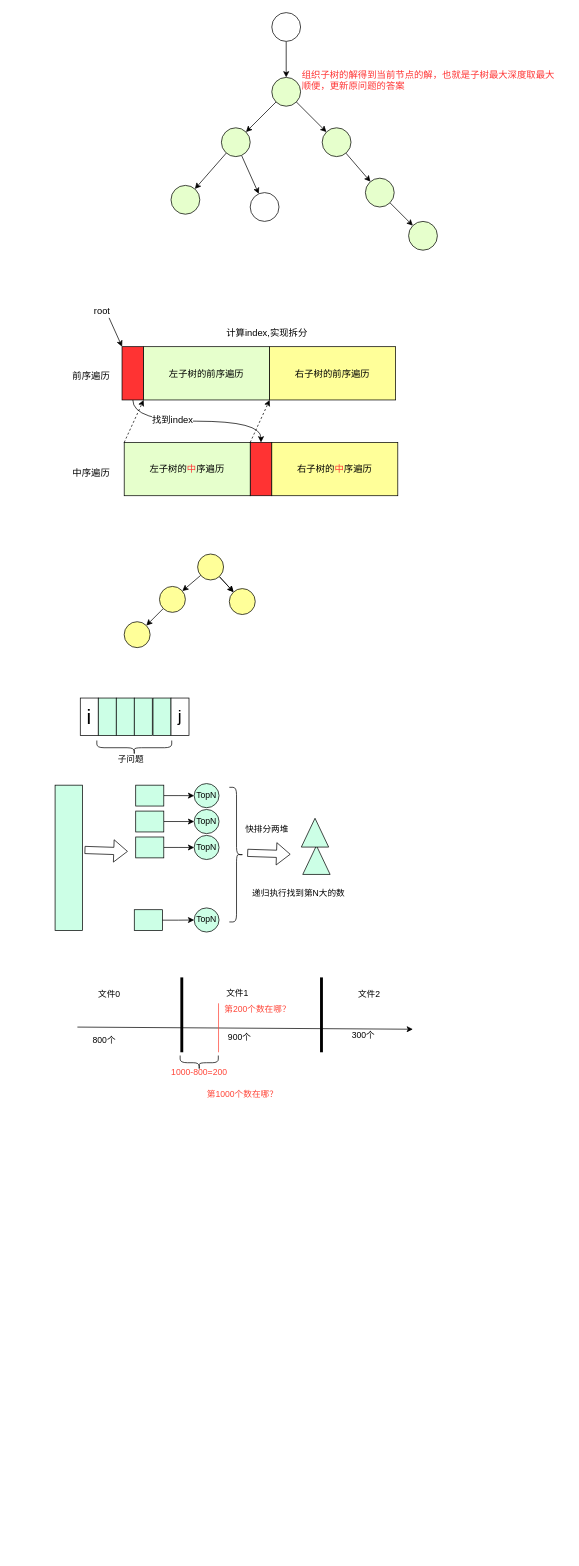
Before: page "算法" (6 of 8) of docs/algorithm/算法.drawio in luckywind/TechWorld, a draw.io diagram. Source tidied: cells renumbered, new cells numbered last; positions are measured from the earlier drawing's top-left corner, leaving out a move shared by most shapes. Both pictures are drawn from the tidied source at 72%, with x=0, y=0 at pixel (55, 12).
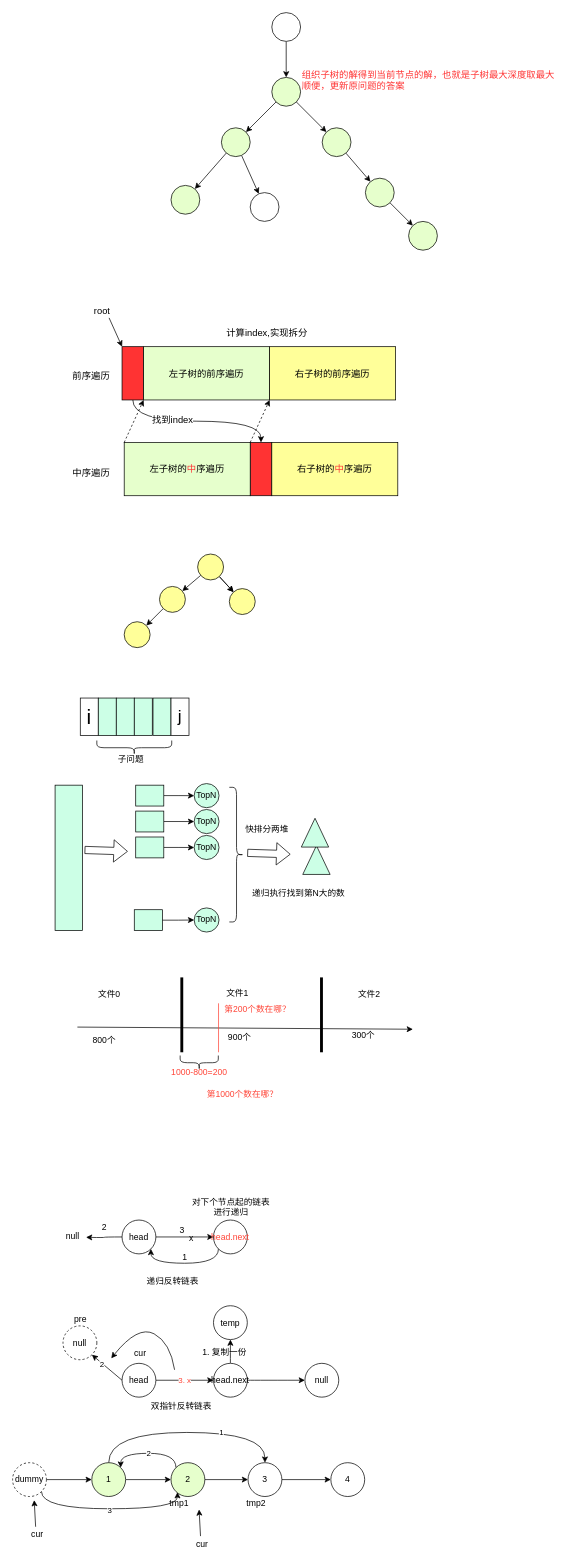
After the change.

Diff of the diagram source:
```diff
@@
+    <mxCell id="83" style="edgeStyle=orthogonalEdgeStyle;rounded=0;jettySize=auto;html=1;strokeColor=#000000;fontColor=#FF4538;" parent="1" edge="1" source="85" target="87">
+      <mxGeometry relative="1" as="geometry" />
+    </mxCell>
+    <mxCell id="84" style="edgeStyle=orthogonalEdgeStyle;curved=1;rounded=0;jettySize=auto;html=1;exitX=0;exitY=0.5;exitDx=0;exitDy=0;strokeColor=#000000;fontColor=#000000;" parent="1" edge="1" source="85">
+      <mxGeometry relative="1" as="geometry">
+        <mxPoint x="43" y="1701" as="targetPoint" />
+      </mxGeometry>
+    </mxCell>
+    <mxCell id="85" value="&lt;font color=&quot;#000000&quot;&gt;head&lt;/font&gt;" style="ellipse;whiteSpace=wrap;html=1;fontColor=#FF4538;fillColor=#FFFFFF;" parent="1" vertex="1">
+      <mxGeometry x="93" y="1677" width="47" height="47" as="geometry" />
+    </mxCell>
+    <mxCell id="86" style="edgeStyle=orthogonalEdgeStyle;rounded=0;jettySize=auto;html=1;exitX=0;exitY=1;exitDx=0;exitDy=0;entryX=1;entryY=1;entryDx=0;entryDy=0;strokeColor=#000000;fontColor=#000000;curved=1;" parent="1" edge="1" source="87" target="85">
+      <mxGeometry relative="1" as="geometry">
+        <Array as="points">
+          <mxPoint x="227" y="1737" />
+          <mxPoint x="133" y="1737" />
+        </Array>
+      </mxGeometry>
+    </mxCell>
+    <mxCell id="87" value="head.next" style="ellipse;whiteSpace=wrap;html=1;fontColor=#FF4538;fillColor=#FFFFFF;" parent="1" vertex="1">
+      <mxGeometry x="220" y="1677" width="47" height="47" as="geometry" />
+    </mxCell>
+    <mxCell id="88" value="1" style="text;html=1;align=center;verticalAlign=middle;strokeColor=none;fillColor=none;fontColor=#000000;" parent="1" vertex="1">
+      <mxGeometry x="167" y="1716" width="25" height="26" as="geometry" />
+    </mxCell>
+    <mxCell id="89" value="null" style="text;html=1;align=center;verticalAlign=middle;strokeColor=none;fillColor=none;fontColor=#000000;" parent="1" vertex="1">
+      <mxGeometry x="5" y="1687" width="37" height="26" as="geometry" />
+    </mxCell>
+    <mxCell id="90" value="2" style="text;html=1;align=center;verticalAlign=middle;strokeColor=none;fillColor=none;fontColor=#000000;" parent="1" vertex="1">
+      <mxGeometry x="55" y="1675" width="25" height="26" as="geometry" />
+    </mxCell>
+    <mxCell id="91" value="3" style="text;html=1;align=center;verticalAlign=middle;strokeColor=none;fillColor=none;fontColor=#000000;" parent="1" vertex="1">
+      <mxGeometry x="163" y="1679" width="25" height="26" as="geometry" />
+    </mxCell>
+    <mxCell id="92" value="x" style="text;html=1;align=center;verticalAlign=middle;strokeColor=none;fillColor=none;fontColor=#000000;" parent="1" vertex="1">
+      <mxGeometry x="177" y="1690" width="24" height="26" as="geometry" />
+    </mxCell>
+    <mxCell id="93" value="对下个节点起的链表&lt;br&gt;进行递归" style="text;html=1;align=center;verticalAlign=middle;strokeColor=none;fillColor=none;fontColor=#000000;" parent="1" vertex="1">
+      <mxGeometry x="181" y="1638" width="126" height="41" as="geometry" />
+    </mxCell>
+    <mxCell id="94" value="递归反转链表" style="text;html=1;align=center;verticalAlign=middle;strokeColor=none;fillColor=none;fontColor=#000000;" parent="1" vertex="1">
+      <mxGeometry x="118" y="1749" width="90" height="26" as="geometry" />
+    </mxCell>
+    <mxCell id="95" value="3. x" style="edgeStyle=orthogonalEdgeStyle;rounded=0;jettySize=auto;html=1;strokeColor=#000000;fontColor=#FF4538;" parent="1" edge="1" source="98" target="101">
+      <mxGeometry relative="1" as="geometry" />
+    </mxCell>
+    <mxCell id="96" style="rounded=0;jettySize=auto;html=1;exitX=0;exitY=0.5;exitDx=0;exitDy=0;entryX=1;entryY=1;entryDx=0;entryDy=0;strokeColor=#000000;fontColor=#000000;" parent="1" edge="1" source="98" target="103">
+      <mxGeometry relative="1" as="geometry" />
+    </mxCell>
+    <mxCell id="97" value="2" style="edgeLabel;html=1;align=center;verticalAlign=middle;fontColor=#000000;" parent="96" vertex="1">
+      <mxGeometry x="0.34" y="2" relative="1" as="geometry">
+        <mxPoint x="1" as="offset" />
+      </mxGeometry>
+    </mxCell>
+    <mxCell id="98" value="&lt;font color=&quot;#000000&quot;&gt;head&lt;/font&gt;" style="ellipse;whiteSpace=wrap;html=1;fontColor=#FF4538;fillColor=#FFFFFF;" parent="1" vertex="1">
+      <mxGeometry x="93" y="1876" width="47" height="47" as="geometry" />
+    </mxCell>
+    <mxCell id="99" style="edgeStyle=orthogonalEdgeStyle;curved=1;rounded=0;jettySize=auto;html=1;strokeColor=#000000;fontColor=#000000;" parent="1" edge="1" source="101" target="102">
+      <mxGeometry relative="1" as="geometry" />
+    </mxCell>
+    <mxCell id="100" style="edgeStyle=orthogonalEdgeStyle;curved=1;rounded=0;jettySize=auto;html=1;exitX=0.5;exitY=0;exitDx=0;exitDy=0;entryX=0.5;entryY=1;entryDx=0;entryDy=0;strokeColor=#000000;fontColor=#000000;" parent="1" edge="1" source="101" target="106">
+      <mxGeometry relative="1" as="geometry" />
+    </mxCell>
+    <mxCell id="101" value="&lt;font color=&quot;#000000&quot;&gt;head.next&lt;/font&gt;" style="ellipse;whiteSpace=wrap;html=1;fontColor=#FF4538;fillColor=#FFFFFF;" parent="1" vertex="1">
+      <mxGeometry x="220" y="1876" width="47" height="47" as="geometry" />
+    </mxCell>
+    <mxCell id="102" value="&lt;font color=&quot;#000000&quot;&gt;null&lt;/font&gt;" style="ellipse;whiteSpace=wrap;html=1;fontColor=#FF4538;fillColor=#FFFFFF;" parent="1" vertex="1">
+      <mxGeometry x="347" y="1876" width="47" height="47" as="geometry" />
+    </mxCell>
+    <mxCell id="103" value="&lt;font color=&quot;#000000&quot;&gt;null&lt;/font&gt;" style="ellipse;whiteSpace=wrap;html=1;fontColor=#FF4538;fillColor=#FFFFFF;dashed=1;" parent="1" vertex="1">
+      <mxGeometry x="11" y="1824" width="47" height="47" as="geometry" />
+    </mxCell>
+    <mxCell id="104" value="pre" style="text;html=1;align=center;verticalAlign=middle;strokeColor=none;fillColor=none;fontColor=#000000;" parent="1" vertex="1">
+      <mxGeometry x="17" y="1802" width="35" height="26" as="geometry" />
+    </mxCell>
+    <mxCell id="105" value="cur" style="text;html=1;align=center;verticalAlign=middle;strokeColor=none;fillColor=none;fontColor=#000000;" parent="1" vertex="1">
+      <mxGeometry x="100" y="1850" width="35" height="26" as="geometry" />
+    </mxCell>
+    <mxCell id="106" value="&lt;font color=&quot;#000000&quot;&gt;temp&lt;/font&gt;" style="ellipse;whiteSpace=wrap;html=1;fontColor=#FF4538;fillColor=#FFFFFF;" parent="1" vertex="1">
+      <mxGeometry x="220" y="1796" width="47" height="47" as="geometry" />
+    </mxCell>
+    <mxCell id="107" value="1. 复制一份" style="text;html=1;align=center;verticalAlign=middle;strokeColor=none;fillColor=none;fontColor=#000000;" parent="1" vertex="1">
+      <mxGeometry x="195" y="1848" width="79" height="26" as="geometry" />
+    </mxCell>
+    <mxCell id="108" style="curved=1;endArrow=classic;html=1;rounded=0;strokeColor=#000000;fontColor=#000000;" parent="1" edge="1">
+      <mxGeometry relative="1" as="geometry">
+        <mxPoint x="166" y="1885" as="sourcePoint" />
+        <mxPoint x="78" y="1869" as="targetPoint" />
+        <Array as="points">
+          <mxPoint x="160" y="1847" />
+          <mxPoint x="115" y="1823" />
+        </Array>
+      </mxGeometry>
+    </mxCell>
+    <mxCell id="109" value="双指针反转链表" style="text;html=1;align=center;verticalAlign=middle;strokeColor=none;fillColor=none;fontColor=#000000;" parent="1" vertex="1">
+      <mxGeometry x="124" y="1923" width="102" height="26" as="geometry" />
+    </mxCell>
+    <mxCell id="110" style="edgeStyle=none;rounded=0;jettySize=auto;html=1;strokeColor=#000000;fontColor=#000000;" parent="1" edge="1" source="113" target="116">
+      <mxGeometry relative="1" as="geometry" />
+    </mxCell>
+    <mxCell id="111" style="edgeStyle=orthogonalEdgeStyle;rounded=0;jettySize=auto;html=1;exitX=0.5;exitY=0;exitDx=0;exitDy=0;entryX=0.5;entryY=0;entryDx=0;entryDy=0;strokeColor=#000000;fontColor=#000000;curved=1;" parent="1" edge="1" source="113" target="118">
+      <mxGeometry relative="1" as="geometry">
+        <Array as="points">
+          <mxPoint x="75" y="1972" />
+          <mxPoint x="292" y="1972" />
+        </Array>
+      </mxGeometry>
+    </mxCell>
+    <mxCell id="112" value="1" style="edgeLabel;html=1;align=center;verticalAlign=middle;fontColor=#000000;" parent="111" vertex="1">
+      <mxGeometry x="0.31" y="1" relative="1" as="geometry">
+        <mxPoint x="1" as="offset" />
+      </mxGeometry>
+    </mxCell>
+    <mxCell id="113" value="&lt;font color=&quot;#000000&quot;&gt;1&lt;/font&gt;" style="ellipse;whiteSpace=wrap;html=1;fontColor=#FF4538;fillColor=#E6FFCC;" parent="1" vertex="1">
+      <mxGeometry x="51" y="2014" width="47" height="47" as="geometry" />
+    </mxCell>
+    <mxCell id="114" style="edgeStyle=none;rounded=0;jettySize=auto;html=1;strokeColor=#000000;fontColor=#000000;" parent="1" edge="1" source="116" target="118">
+      <mxGeometry relative="1" as="geometry" />
+    </mxCell>
+    <mxCell id="115" value="2" style="edgeStyle=orthogonalEdgeStyle;curved=1;rounded=0;jettySize=auto;html=1;exitX=0;exitY=0;exitDx=0;exitDy=0;entryX=1;entryY=0;entryDx=0;entryDy=0;strokeColor=#000000;fontColor=#000000;" parent="1" edge="1" source="116" target="113">
+      <mxGeometry relative="1" as="geometry">
+        <Array as="points">
+          <mxPoint x="168" y="2001" />
+          <mxPoint x="91" y="2001" />
+        </Array>
+      </mxGeometry>
+    </mxCell>
+    <mxCell id="116" value="&lt;font color=&quot;#000000&quot;&gt;2&lt;/font&gt;" style="ellipse;whiteSpace=wrap;html=1;fontColor=#FF4538;fillColor=#E6FFCC;" parent="1" vertex="1">
+      <mxGeometry x="161" y="2014" width="47" height="47" as="geometry" />
+    </mxCell>
+    <mxCell id="117" style="edgeStyle=none;rounded=0;jettySize=auto;html=1;strokeColor=#000000;fontColor=#000000;" parent="1" edge="1" source="118" target="119">
+      <mxGeometry relative="1" as="geometry" />
+    </mxCell>
+    <mxCell id="118" value="&lt;font color=&quot;#000000&quot;&gt;3&lt;/font&gt;" style="ellipse;whiteSpace=wrap;html=1;fontColor=#FF4538;fillColor=#FFFFFF;" parent="1" vertex="1">
+      <mxGeometry x="268" y="2014" width="47" height="47" as="geometry" />
+    </mxCell>
+    <mxCell id="119" value="&lt;font color=&quot;#000000&quot;&gt;4&lt;/font&gt;" style="ellipse;whiteSpace=wrap;html=1;fontColor=#FF4538;fillColor=#FFFFFF;" parent="1" vertex="1">
+      <mxGeometry x="383" y="2014" width="47" height="47" as="geometry" />
+    </mxCell>
+    <mxCell id="120" style="edgeStyle=none;rounded=0;jettySize=auto;html=1;strokeColor=#000000;fontColor=#000000;" parent="1" edge="1" source="123" target="113">
+      <mxGeometry relative="1" as="geometry" />
+    </mxCell>
+    <mxCell id="121" style="edgeStyle=orthogonalEdgeStyle;curved=1;rounded=0;jettySize=auto;html=1;exitX=1;exitY=1;exitDx=0;exitDy=0;entryX=0.467;entryY=-0.115;entryDx=0;entryDy=0;entryPerimeter=0;strokeColor=#000000;fontColor=#000000;" parent="1" edge="1" source="123" target="126">
+      <mxGeometry relative="1" as="geometry">
+        <Array as="points">
+          <mxPoint x="-19" y="2078" />
+          <mxPoint x="170" y="2078" />
+        </Array>
+      </mxGeometry>
+    </mxCell>
+    <mxCell id="122" value="3" style="edgeLabel;html=1;align=center;verticalAlign=middle;fontColor=#000000;" parent="121" vertex="1">
+      <mxGeometry y="-1" relative="1" as="geometry" />
+    </mxCell>
+    <mxCell id="123" value="&lt;font color=&quot;#000000&quot;&gt;dummy&lt;/font&gt;" style="ellipse;whiteSpace=wrap;html=1;fontColor=#FF4538;fillColor=#FFFFFF;dashed=1;" parent="1" vertex="1">
+      <mxGeometry x="-59" y="2014" width="47" height="47" as="geometry" />
+    </mxCell>
+    <mxCell id="124" style="endArrow=classic;html=1;rounded=0;strokeColor=#000000;fontColor=#000000;" parent="1" edge="1">
+      <mxGeometry relative="1" as="geometry">
+        <mxPoint x="-27" y="2103" as="sourcePoint" />
+        <mxPoint x="-29" y="2066" as="targetPoint" />
+      </mxGeometry>
+    </mxCell>
+    <mxCell id="125" value="cur" style="text;html=1;align=center;verticalAlign=middle;strokeColor=none;fillColor=none;fontColor=#000000;" parent="1" vertex="1">
+      <mxGeometry x="-43" y="2101" width="35" height="26" as="geometry" />
+    </mxCell>
+    <mxCell id="126" value="tmp1" style="text;html=1;align=center;verticalAlign=middle;points=[];strokeColor=none;fillColor=none;fontColor=#000000;" parent="1" vertex="1">
+      <mxGeometry x="149" y="2058" width="45" height="26" as="geometry" />
+    </mxCell>
+    <mxCell id="127" value="tmp2" style="text;html=1;align=center;verticalAlign=middle;strokeColor=none;fillColor=none;fontColor=#000000;" parent="1" vertex="1">
+      <mxGeometry x="256" y="2058" width="45" height="26" as="geometry" />
+    </mxCell>
+    <mxCell id="128" style="endArrow=classic;html=1;rounded=0;strokeColor=#000000;fontColor=#000000;" parent="1" edge="1">
+      <mxGeometry relative="1" as="geometry">
+        <mxPoint x="202" y="2116" as="sourcePoint" />
+        <mxPoint x="200" y="2079" as="targetPoint" />
+      </mxGeometry>
+    </mxCell>
+    <mxCell id="129" value="cur" style="text;html=1;align=center;verticalAlign=middle;strokeColor=none;fillColor=none;fontColor=#000000;" parent="1" vertex="1">
+      <mxGeometry x="186" y="2114" width="35" height="26" as="geometry" />
+    </mxCell>
```
